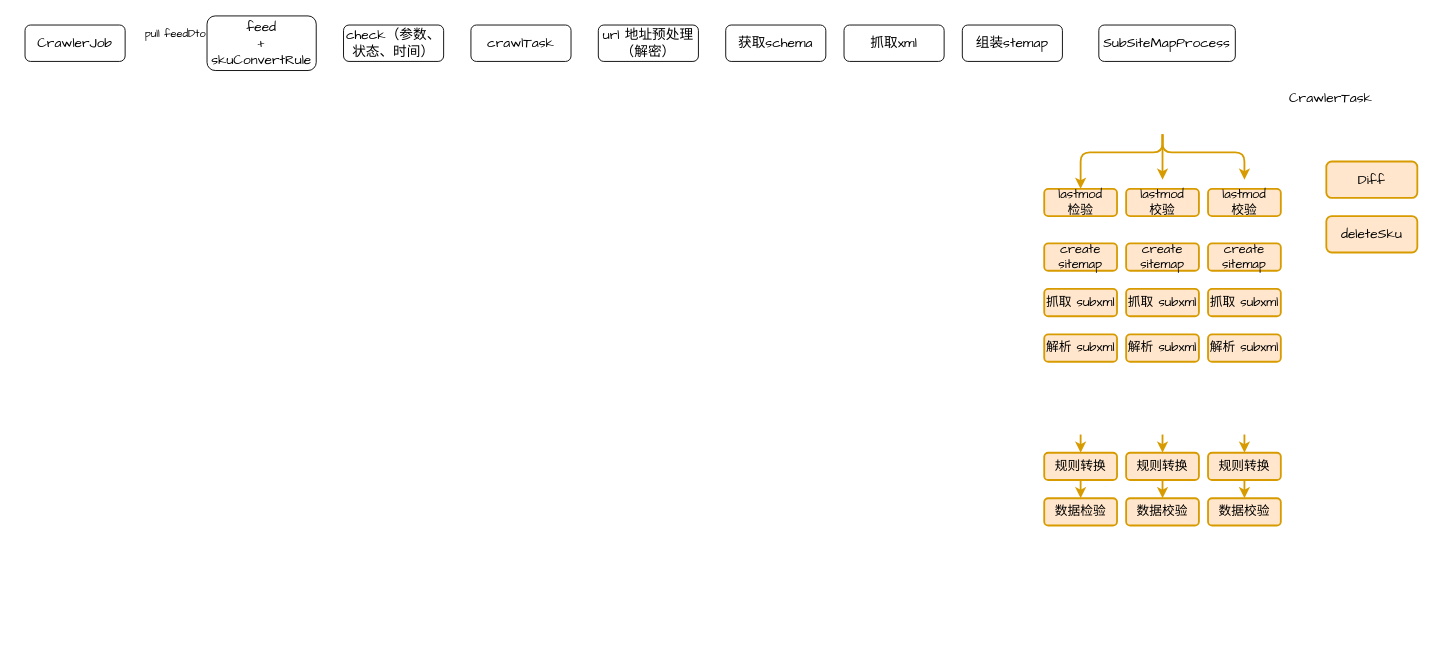
Before: page "mercahnt-crawler" (7 of 7) of draw.io/dpa.drawio in Jstarfish/picBed, a draw.io diagram. Source tidied: cells renumbered, new cells numbered last; positions are measured from the earlier drawing's top-left corner, leaving out a move shared by most shapes. Both pictures are drawn from the tidied source at 91%, with x=0, y=0 at pixel (25, 15).
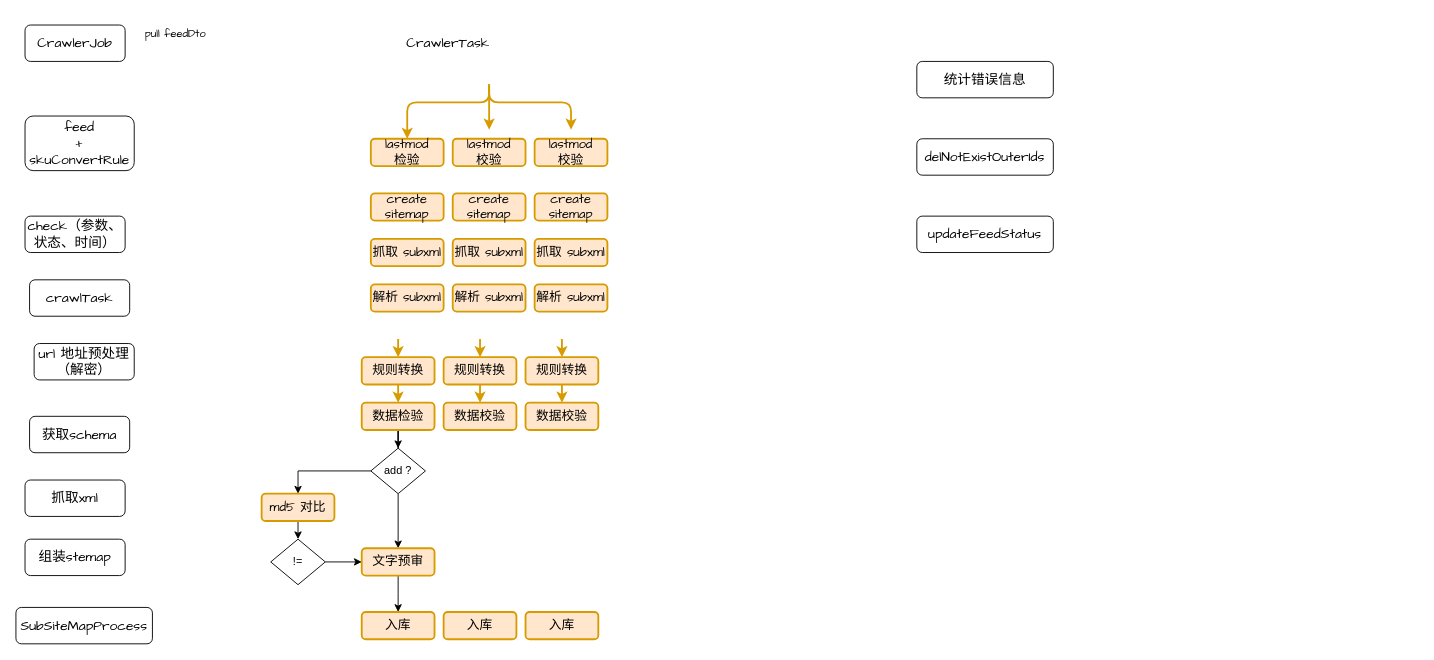
After the change.

Change to the diagram source:
```diff
@@
     <mxCell id="3" value="&lt;font face=&quot;comic sans ms&quot;&gt;&lt;span style=&quot;font-size: 15px&quot;&gt;feed&lt;br&gt;+&lt;br&gt;&lt;/span&gt;&lt;/font&gt;&lt;span style=&quot;font-family: &amp;#34;comic sans ms&amp;#34; ; font-size: 15px&quot;&gt;skuConvertRule&lt;/span&gt;&lt;font face=&quot;comic sans ms&quot;&gt;&lt;span style=&quot;font-size: 15px&quot;&gt;&lt;br&gt;&lt;/span&gt;&lt;/font&gt;" style="rounded=1;whiteSpace=wrap;html=1;" parent="1" vertex="1">
-      <mxGeometry x="200" width="120" height="60" as="geometry" />
+      <mxGeometry y="110" width="120" height="60" as="geometry" />
     </mxCell>
@@
     <mxCell id="5" value="&lt;font style=&quot;font-size: 15px&quot; face=&quot;Comic Sans MS&quot;&gt;crawlTask&lt;/font&gt;" style="rounded=1;whiteSpace=wrap;html=1;" parent="1" vertex="1">
-      <mxGeometry x="490" y="10" width="110" height="40" as="geometry" />
+      <mxGeometry x="5" y="290" width="110" height="40" as="geometry" />
     </mxCell>
     <mxCell id="6" value="&lt;font style=&quot;font-size: 15px&quot; face=&quot;Comic Sans MS&quot;&gt;check（参数、状态、时间）&lt;/font&gt;" style="rounded=1;whiteSpace=wrap;html=1;" parent="1" vertex="1">
-      <mxGeometry x="350" y="10" width="110" height="40" as="geometry" />
+      <mxGeometry y="220" width="110" height="40" as="geometry" />
     </mxCell>
     <mxCell id="7" value="&lt;font face=&quot;Comic Sans MS&quot;&gt;&lt;span style=&quot;font-size: 15px&quot;&gt;url 地址预处理（解密）&lt;/span&gt;&lt;/font&gt;" style="rounded=1;whiteSpace=wrap;html=1;" parent="1" vertex="1">
-      <mxGeometry x="630" y="10" width="110" height="40" as="geometry" />
+      <mxGeometry x="10" y="360" width="110" height="40" as="geometry" />
     </mxCell>
     <mxCell id="8" value="&lt;font face=&quot;Comic Sans MS&quot;&gt;&lt;span style=&quot;font-size: 15px&quot;&gt;获取schema&lt;/span&gt;&lt;/font&gt;" style="rounded=1;whiteSpace=wrap;html=1;" parent="1" vertex="1">
-      <mxGeometry x="770" y="10" width="110" height="40" as="geometry" />
+      <mxGeometry x="5" y="440" width="110" height="40" as="geometry" />
     </mxCell>
     <mxCell id="9" value="&lt;font face=&quot;Comic Sans MS&quot;&gt;&lt;span style=&quot;font-size: 15px&quot;&gt;抓取xml&lt;/span&gt;&lt;/font&gt;" style="rounded=1;whiteSpace=wrap;html=1;" parent="1" vertex="1">
-      <mxGeometry x="900" y="10" width="110" height="40" as="geometry" />
+      <mxGeometry y="510" width="110" height="40" as="geometry" />
     </mxCell>
     <mxCell id="10" value="&lt;font face=&quot;Comic Sans MS&quot;&gt;&lt;span style=&quot;font-size: 15px&quot;&gt;组装stemap&lt;/span&gt;&lt;/font&gt;" style="rounded=1;whiteSpace=wrap;html=1;" parent="1" vertex="1">
-      <mxGeometry x="1030" y="10" width="110" height="40" as="geometry" />
+      <mxGeometry y="575" width="110" height="40" as="geometry" />
     </mxCell>
     <mxCell id="11" value="&lt;font face=&quot;Comic Sans MS&quot;&gt;&lt;span style=&quot;font-size: 15px&quot;&gt;SubSiteMapProcess&lt;/span&gt;&lt;/font&gt;" style="rounded=1;whiteSpace=wrap;html=1;" parent="1" vertex="1">
-      <mxGeometry x="1180" y="10" width="150" height="40" as="geometry" />
+      <mxGeometry x="-10" y="650" width="150" height="40" as="geometry" />
     </mxCell>
     <mxCell id="12" style="edgeStyle=orthogonalEdgeStyle;jettySize=auto;html=1;exitX=0.5;exitY=1;exitDx=0;exitDy=0;entryX=0.5;entryY=0;entryDx=0;entryDy=0;strokeWidth=2;fillColor=#ffe6cc;strokeColor=#d79b00;" parent="1" edge="1" target="14">
       <mxGeometry relative="1" as="geometry">
-        <mxPoint x="1160" y="460" as="sourcePoint" />
+        <mxPoint x="410" y="355" as="sourcePoint" />
       </mxGeometry>
     </mxCell>
@@
     <mxCell id="14" value="&lt;font face=&quot;Comic Sans MS&quot;&gt;&lt;span style=&quot;font-size: 14px&quot;&gt;规则转换&lt;/span&gt;&lt;/font&gt;" style="whiteSpace=wrap;html=1;strokeWidth=2;fillColor=#ffe6cc;strokeColor=#d79b00;rounded=1;" parent="1" vertex="1">
-      <mxGeometry x="1120" y="480" width="80" height="30" as="geometry" />
+      <mxGeometry x="370" y="375" width="80" height="30" as="geometry" />
     </mxCell>
     <mxCell id="15" style="edgeStyle=orthogonalEdgeStyle;jettySize=auto;html=1;exitX=0.5;exitY=1;exitDx=0;exitDy=0;entryX=0.5;entryY=0;entryDx=0;entryDy=0;strokeWidth=2;fillColor=#ffe6cc;strokeColor=#d79b00;" parent="1" edge="1" target="21">
       <mxGeometry relative="1" as="geometry">
-        <mxPoint x="1250" y="460" as="sourcePoint" />
+        <mxPoint x="500" y="355" as="sourcePoint" />
       </mxGeometry>
     </mxCell>
     <mxCell id="16" style="edgeStyle=orthogonalEdgeStyle;jettySize=auto;html=1;exitX=0.5;exitY=1;exitDx=0;exitDy=0;entryX=0.5;entryY=0;entryDx=0;entryDy=0;strokeWidth=2;fillColor=#ffe6cc;strokeColor=#d79b00;" parent="1" edge="1" target="23">
       <mxGeometry relative="1" as="geometry">
-        <mxPoint x="1340" y="460" as="sourcePoint" />
+        <mxPoint x="590" y="355" as="sourcePoint" />
       </mxGeometry>
     </mxCell>
     <mxCell id="17" style="edgeStyle=orthogonalEdgeStyle;orthogonalLoop=1;jettySize=auto;html=1;exitX=0.5;exitY=1;exitDx=0;exitDy=0;strokeWidth=2;fillColor=#ffe6cc;strokeColor=#d79b00;" parent="1" edge="1">
       <mxGeometry relative="1" as="geometry">
-        <mxPoint x="1250" y="130" as="sourcePoint" />
-        <mxPoint x="1250" y="180" as="targetPoint" />
+        <mxPoint x="510" y="75" as="sourcePoint" />
+        <mxPoint x="510" y="125" as="targetPoint" />
       </mxGeometry>
     </mxCell>
     <mxCell id="18" style="edgeStyle=orthogonalEdgeStyle;orthogonalLoop=1;jettySize=auto;html=1;exitX=0.5;exitY=1;exitDx=0;exitDy=0;strokeWidth=2;fillColor=#ffe6cc;strokeColor=#d79b00;" parent="1" edge="1">
       <mxGeometry relative="1" as="geometry">
-        <mxPoint x="1250" y="130" as="sourcePoint" />
-        <mxPoint x="1160" y="190" as="targetPoint" />
+        <mxPoint x="510" y="75" as="sourcePoint" />
+        <mxPoint x="420" y="135" as="targetPoint" />
         <Array as="points">
-          <mxPoint x="1250.5" y="150" />
-          <mxPoint x="1160.5" y="150" />
+          <mxPoint x="510.5" y="95" />
+          <mxPoint x="420.5" y="95" />
         </Array>
       </mxGeometry>
     </mxCell>
     <mxCell id="19" style="edgeStyle=orthogonalEdgeStyle;orthogonalLoop=1;jettySize=auto;html=1;exitX=0.5;exitY=1;exitDx=0;exitDy=0;strokeWidth=2;fillColor=#ffe6cc;strokeColor=#d79b00;" parent="1" edge="1">
       <mxGeometry relative="1" as="geometry">
-        <mxPoint x="1250" y="130" as="sourcePoint" />
-        <mxPoint x="1340" y="180" as="targetPoint" />
+        <mxPoint x="510" y="75" as="sourcePoint" />
+        <mxPoint x="600" y="125" as="targetPoint" />
         <Array as="points">
-          <mxPoint x="1250.5" y="150" />
-          <mxPoint x="1340.5" y="150" />
+          <mxPoint x="510.5" y="95" />
+          <mxPoint x="600.5" y="95" />
         </Array>
       </mxGeometry>
     </mxCell>
@@
     <mxCell id="21" value="&lt;font face=&quot;Comic Sans MS&quot;&gt;&lt;span style=&quot;font-size: 14px&quot;&gt;规则转换&lt;/span&gt;&lt;/font&gt;" style="whiteSpace=wrap;html=1;strokeWidth=2;fillColor=#ffe6cc;strokeColor=#d79b00;rounded=1;" parent="1" vertex="1">
-      <mxGeometry x="1210" y="480" width="80" height="30" as="geometry" />
+      <mxGeometry x="460" y="375" width="80" height="30" as="geometry" />
     </mxCell>
@@
     <mxCell id="23" value="&lt;font face=&quot;Comic Sans MS&quot;&gt;&lt;span style=&quot;font-size: 14px&quot;&gt;规则转换&lt;/span&gt;&lt;/font&gt;" style="whiteSpace=wrap;html=1;strokeWidth=2;fillColor=#ffe6cc;strokeColor=#d79b00;rounded=1;" parent="1" vertex="1">
-      <mxGeometry x="1300" y="480" width="80" height="30" as="geometry" />
+      <mxGeometry x="550" y="375" width="80" height="30" as="geometry" />
     </mxCell>
+    <mxCell id="42" style="edgeStyle=orthogonalEdgeStyle;rounded=0;jettySize=auto;html=1;exitX=0.5;exitY=1;exitDx=0;exitDy=0;" parent="1" edge="1" source="24" target="48">
+      <mxGeometry relative="1" as="geometry" />
+    </mxCell>
     <mxCell id="24" value="&lt;font face=&quot;Comic Sans MS&quot;&gt;&lt;span style=&quot;font-size: 14px&quot;&gt;数据检验&lt;/span&gt;&lt;/font&gt;" style="whiteSpace=wrap;html=1;strokeWidth=2;fillColor=#ffe6cc;strokeColor=#d79b00;rounded=1;" parent="1" vertex="1">
-      <mxGeometry x="1120" y="530" width="80" height="30" as="geometry" />
+      <mxGeometry x="370" y="425" width="80" height="30" as="geometry" />
     </mxCell>
     <mxCell id="25" value="&lt;font face=&quot;Comic Sans MS&quot;&gt;&lt;span style=&quot;font-size: 14px&quot;&gt;数据校验&lt;/span&gt;&lt;/font&gt;" style="whiteSpace=wrap;html=1;strokeWidth=2;fillColor=#ffe6cc;strokeColor=#d79b00;rounded=1;" parent="1" vertex="1">
-      <mxGeometry x="1210" y="530" width="80" height="30" as="geometry" />
+      <mxGeometry x="460" y="425" width="80" height="30" as="geometry" />
     </mxCell>
     <mxCell id="26" value="&lt;font face=&quot;Comic Sans MS&quot;&gt;&lt;span style=&quot;font-size: 14px&quot;&gt;数据校验&lt;/span&gt;&lt;/font&gt;" style="whiteSpace=wrap;html=1;strokeWidth=2;fillColor=#ffe6cc;strokeColor=#d79b00;rounded=1;" parent="1" vertex="1">
-      <mxGeometry x="1300" y="530" width="80" height="30" as="geometry" />
+      <mxGeometry x="550" y="425" width="80" height="30" as="geometry" />
     </mxCell>
     <mxCell id="27" value="&lt;font face=&quot;Comic Sans MS&quot; style=&quot;font-size: 15px&quot;&gt;CrawlerTask&lt;/font&gt;" style="text;html=1;strokeColor=none;fillColor=none;align=center;verticalAlign=middle;whiteSpace=wrap;rounded=1;" parent="1" vertex="1">
-      <mxGeometry x="1380" y="70" width="110" height="40" as="geometry" />
+      <mxGeometry x="410" y="10" width="110" height="40" as="geometry" />
     </mxCell>
-    <mxCell id="28" value="&lt;font style=&quot;font-size: 15px&quot; face=&quot;Comic Sans MS&quot;&gt;deleteSku&lt;/font&gt;" style="whiteSpace=wrap;html=1;strokeWidth=2;fillColor=#ffe6cc;strokeColor=#d79b00;rounded=1;" parent="1" vertex="1">
-      <mxGeometry x="1430" y="220" width="100" height="40" as="geometry" />
-    </mxCell>
-    <mxCell id="29" value="&lt;font face=&quot;Comic Sans MS&quot; style=&quot;font-size: 15px&quot;&gt;Diff&lt;/font&gt;" style="whiteSpace=wrap;html=1;strokeWidth=2;fillColor=#ffe6cc;strokeColor=#d79b00;rounded=1;" parent="1" vertex="1">
-      <mxGeometry x="1430" y="160" width="100" height="40" as="geometry" />
-    </mxCell>
     <mxCell id="30" value="&lt;font face=&quot;Comic Sans MS&quot;&gt;&lt;span style=&quot;font-size: 14px&quot;&gt;lastmod&lt;br&gt;检验&lt;/span&gt;&lt;/font&gt;" style="whiteSpace=wrap;html=1;strokeWidth=2;fillColor=#ffe6cc;strokeColor=#d79b00;rounded=1;" parent="1" vertex="1">
-      <mxGeometry x="1120" y="190" width="80" height="30" as="geometry" />
+      <mxGeometry x="380" y="135" width="80" height="30" as="geometry" />
     </mxCell>
     <mxCell id="31" value="&lt;font face=&quot;Comic Sans MS&quot;&gt;&lt;span style=&quot;font-size: 14px&quot;&gt;lastmod&lt;br&gt;校验&lt;/span&gt;&lt;/font&gt;" style="whiteSpace=wrap;html=1;strokeWidth=2;fillColor=#ffe6cc;strokeColor=#d79b00;rounded=1;" parent="1" vertex="1">
-      <mxGeometry x="1210" y="190" width="80" height="30" as="geometry" />
+      <mxGeometry x="470" y="135" width="80" height="30" as="geometry" />
     </mxCell>
     <mxCell id="32" value="&lt;font face=&quot;Comic Sans MS&quot;&gt;&lt;span style=&quot;font-size: 14px&quot;&gt;lastmod&lt;br&gt;校验&lt;/span&gt;&lt;/font&gt;" style="whiteSpace=wrap;html=1;strokeWidth=2;fillColor=#ffe6cc;strokeColor=#d79b00;rounded=1;" parent="1" vertex="1">
-      <mxGeometry x="1300" y="190" width="80" height="30" as="geometry" />
+      <mxGeometry x="560" y="135" width="80" height="30" as="geometry" />
     </mxCell>
     <mxCell id="33" value="&lt;font face=&quot;Comic Sans MS&quot;&gt;&lt;span style=&quot;font-size: 14px&quot;&gt;create sitemap&lt;/span&gt;&lt;/font&gt;" style="whiteSpace=wrap;html=1;strokeWidth=2;fillColor=#ffe6cc;strokeColor=#d79b00;rounded=1;" parent="1" vertex="1">
-      <mxGeometry x="1120" y="250" width="80" height="30" as="geometry" />
+      <mxGeometry x="380" y="195" width="80" height="30" as="geometry" />
     </mxCell>
     <mxCell id="34" value="&lt;span style=&quot;font-family: &amp;#34;comic sans ms&amp;#34; ; font-size: 14px&quot;&gt;create sitemap&lt;/span&gt;" style="whiteSpace=wrap;html=1;strokeWidth=2;fillColor=#ffe6cc;strokeColor=#d79b00;rounded=1;" parent="1" vertex="1">
-      <mxGeometry x="1210" y="250" width="80" height="30" as="geometry" />
+      <mxGeometry x="470" y="195" width="80" height="30" as="geometry" />
     </mxCell>
     <mxCell id="35" value="&lt;span style=&quot;font-family: &amp;#34;comic sans ms&amp;#34; ; font-size: 14px&quot;&gt;create sitemap&lt;/span&gt;" style="whiteSpace=wrap;html=1;strokeWidth=2;fillColor=#ffe6cc;strokeColor=#d79b00;rounded=1;" parent="1" vertex="1">
-      <mxGeometry x="1300" y="250" width="80" height="30" as="geometry" />
+      <mxGeometry x="560" y="195" width="80" height="30" as="geometry" />
     </mxCell>
     <mxCell id="36" value="&lt;font face=&quot;Comic Sans MS&quot;&gt;&lt;span style=&quot;font-size: 14px&quot;&gt;抓取 subxml&lt;/span&gt;&lt;/font&gt;" style="whiteSpace=wrap;html=1;strokeWidth=2;fillColor=#ffe6cc;strokeColor=#d79b00;rounded=1;" parent="1" vertex="1">
-      <mxGeometry x="1120" y="300" width="80" height="30" as="geometry" />
+      <mxGeometry x="380" y="245" width="80" height="30" as="geometry" />
     </mxCell>
     <mxCell id="37" value="&lt;span style=&quot;font-family: &amp;#34;comic sans ms&amp;#34; ; font-size: 14px&quot;&gt;抓取 subxml&lt;/span&gt;" style="whiteSpace=wrap;html=1;strokeWidth=2;fillColor=#ffe6cc;strokeColor=#d79b00;rounded=1;" parent="1" vertex="1">
-      <mxGeometry x="1210" y="300" width="80" height="30" as="geometry" />
+      <mxGeometry x="470" y="245" width="80" height="30" as="geometry" />
     </mxCell>
     <mxCell id="38" value="&lt;span style=&quot;font-family: &amp;#34;comic sans ms&amp;#34; ; font-size: 14px&quot;&gt;抓取 subxml&lt;/span&gt;" style="whiteSpace=wrap;html=1;strokeWidth=2;fillColor=#ffe6cc;strokeColor=#d79b00;rounded=1;" parent="1" vertex="1">
-      <mxGeometry x="1300" y="300" width="80" height="30" as="geometry" />
+      <mxGeometry x="560" y="245" width="80" height="30" as="geometry" />
     </mxCell>
     <mxCell id="39" value="&lt;font face=&quot;Comic Sans MS&quot;&gt;&lt;span style=&quot;font-size: 14px&quot;&gt;解析 subxml&lt;/span&gt;&lt;/font&gt;" style="whiteSpace=wrap;html=1;strokeWidth=2;fillColor=#ffe6cc;strokeColor=#d79b00;rounded=1;" parent="1" vertex="1">
-      <mxGeometry x="1120" y="350" width="80" height="30" as="geometry" />
+      <mxGeometry x="380" y="295" width="80" height="30" as="geometry" />
     </mxCell>
     <mxCell id="40" value="&lt;span style=&quot;font-family: &amp;#34;comic sans ms&amp;#34; ; font-size: 14px&quot;&gt;解析 subxml&lt;/span&gt;" style="whiteSpace=wrap;html=1;strokeWidth=2;fillColor=#ffe6cc;strokeColor=#d79b00;rounded=1;" parent="1" vertex="1">
-      <mxGeometry x="1210" y="350" width="80" height="30" as="geometry" />
+      <mxGeometry x="470" y="295" width="80" height="30" as="geometry" />
     </mxCell>
     <mxCell id="41" value="&lt;span style=&quot;font-family: &amp;#34;comic sans ms&amp;#34; ; font-size: 14px&quot;&gt;解析 subxml&lt;/span&gt;" style="whiteSpace=wrap;html=1;strokeWidth=2;fillColor=#ffe6cc;strokeColor=#d79b00;rounded=1;" parent="1" vertex="1">
-      <mxGeometry x="1300" y="350" width="80" height="30" as="geometry" />
+      <mxGeometry x="560" y="295" width="80" height="30" as="geometry" />
     </mxCell>
+    <mxCell id="43" value="&lt;font face=&quot;Comic Sans MS&quot;&gt;&lt;span style=&quot;font-size: 14px&quot;&gt;入库&lt;/span&gt;&lt;/font&gt;" style="whiteSpace=wrap;html=1;strokeWidth=2;fillColor=#ffe6cc;strokeColor=#d79b00;rounded=1;" parent="1" vertex="1">
+      <mxGeometry x="370" y="655" width="80" height="30" as="geometry" />
+    </mxCell>
+    <mxCell id="44" value="&lt;span style=&quot;font-family: &amp;#34;comic sans ms&amp;#34; ; font-size: 14px&quot;&gt;入库&lt;/span&gt;" style="whiteSpace=wrap;html=1;strokeWidth=2;fillColor=#ffe6cc;strokeColor=#d79b00;rounded=1;" parent="1" vertex="1">
+      <mxGeometry x="460" y="655" width="80" height="30" as="geometry" />
+    </mxCell>
+    <mxCell id="45" value="&lt;span style=&quot;font-family: &amp;#34;comic sans ms&amp;#34; ; font-size: 14px&quot;&gt;入库&lt;/span&gt;" style="whiteSpace=wrap;html=1;strokeWidth=2;fillColor=#ffe6cc;strokeColor=#d79b00;rounded=1;" parent="1" vertex="1">
+      <mxGeometry x="550" y="655" width="80" height="30" as="geometry" />
+    </mxCell>
+    <mxCell id="46" style="edgeStyle=orthogonalEdgeStyle;rounded=0;jettySize=auto;html=1;exitX=0.5;exitY=1;exitDx=0;exitDy=0;entryX=0.5;entryY=0;entryDx=0;entryDy=0;" parent="1" edge="1" source="48" target="50">
+      <mxGeometry relative="1" as="geometry" />
+    </mxCell>
+    <mxCell id="47" style="edgeStyle=orthogonalEdgeStyle;rounded=0;jettySize=auto;html=1;exitX=0;exitY=0.5;exitDx=0;exitDy=0;entryX=0.5;entryY=0;entryDx=0;entryDy=0;" parent="1" edge="1" source="48" target="52">
+      <mxGeometry relative="1" as="geometry" />
+    </mxCell>
+    <mxCell id="48" value="add ?" style="rhombus;whiteSpace=wrap;html=1;" parent="1" vertex="1">
+      <mxGeometry x="380" y="475" width="60" height="50" as="geometry" />
+    </mxCell>
+    <mxCell id="49" style="edgeStyle=orthogonalEdgeStyle;rounded=0;jettySize=auto;html=1;exitX=0.5;exitY=1;exitDx=0;exitDy=0;" parent="1" edge="1" source="50">
+      <mxGeometry relative="1" as="geometry">
+        <mxPoint x="410" y="655" as="targetPoint" />
+      </mxGeometry>
+    </mxCell>
+    <mxCell id="50" value="&lt;font face=&quot;Comic Sans MS&quot;&gt;&lt;span style=&quot;font-size: 14px&quot;&gt;文字预审&lt;/span&gt;&lt;/font&gt;" style="whiteSpace=wrap;html=1;strokeWidth=2;fillColor=#ffe6cc;strokeColor=#d79b00;rounded=1;" parent="1" vertex="1">
+      <mxGeometry x="370" y="585" width="80" height="30" as="geometry" />
+    </mxCell>
+    <mxCell id="51" style="edgeStyle=orthogonalEdgeStyle;rounded=0;jettySize=auto;html=1;exitX=0.5;exitY=1;exitDx=0;exitDy=0;entryX=0.5;entryY=0;entryDx=0;entryDy=0;" parent="1" edge="1" source="52" target="54">
+      <mxGeometry relative="1" as="geometry" />
+    </mxCell>
+    <mxCell id="52" value="&lt;font face=&quot;Comic Sans MS&quot;&gt;&lt;span style=&quot;font-size: 14px&quot;&gt;md5 对比&lt;/span&gt;&lt;/font&gt;" style="whiteSpace=wrap;html=1;strokeWidth=2;fillColor=#ffe6cc;strokeColor=#d79b00;rounded=1;" parent="1" vertex="1">
+      <mxGeometry x="260" y="525" width="80" height="30" as="geometry" />
+    </mxCell>
+    <mxCell id="53" style="edgeStyle=orthogonalEdgeStyle;rounded=0;jettySize=auto;html=1;exitX=1;exitY=0.5;exitDx=0;exitDy=0;entryX=0;entryY=0.5;entryDx=0;entryDy=0;" parent="1" edge="1" source="54" target="50">
+      <mxGeometry relative="1" as="geometry" />
+    </mxCell>
+    <mxCell id="54" value="!=" style="rhombus;whiteSpace=wrap;html=1;" parent="1" vertex="1">
+      <mxGeometry x="270" y="575" width="60" height="50" as="geometry" />
+    </mxCell>
+    <mxCell id="55" value="&lt;font face=&quot;Comic Sans MS&quot;&gt;&lt;span style=&quot;font-size: 15px&quot;&gt;统计错误信息&lt;/span&gt;&lt;/font&gt;" style="rounded=1;whiteSpace=wrap;html=1;" parent="1" vertex="1">
+      <mxGeometry x="980" y="50" width="150" height="40" as="geometry" />
+    </mxCell>
+    <mxCell id="56" value="&lt;font face=&quot;Comic Sans MS&quot;&gt;&lt;span style=&quot;font-size: 15px&quot;&gt;delNotExistOuterIds&lt;/span&gt;&lt;/font&gt;" style="rounded=1;whiteSpace=wrap;html=1;" parent="1" vertex="1">
+      <mxGeometry x="980" y="135" width="150" height="40" as="geometry" />
+    </mxCell>
+    <mxCell id="57" value="&lt;font face=&quot;Comic Sans MS&quot;&gt;&lt;span style=&quot;font-size: 15px&quot;&gt;updateFeedStatus&lt;/span&gt;&lt;/font&gt;" style="rounded=1;whiteSpace=wrap;html=1;" parent="1" vertex="1">
+      <mxGeometry x="980" y="220" width="150" height="40" as="geometry" />
+    </mxCell>
```
